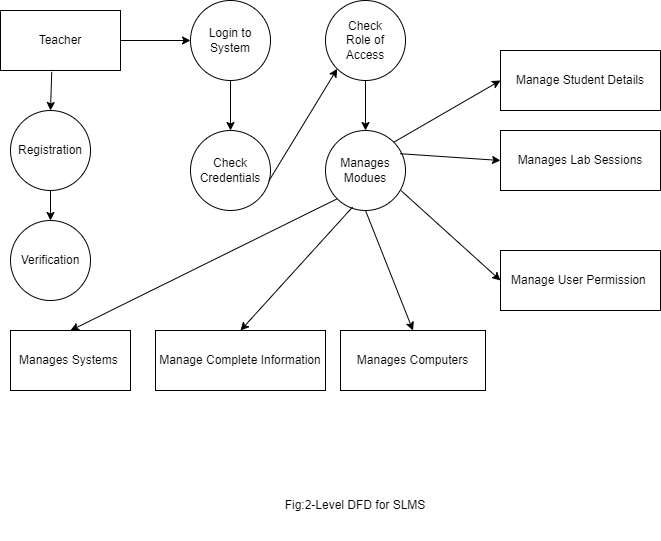
Earlier version of the draw.io export diagrams/2-level dfd.draw.png (samiiraryal/Smart-Lab-Management-System). Source tidied: cells renumbered, new cells last; positions are measured from the earlier drawing's top-left corner, leaving out a move shared by most shapes.
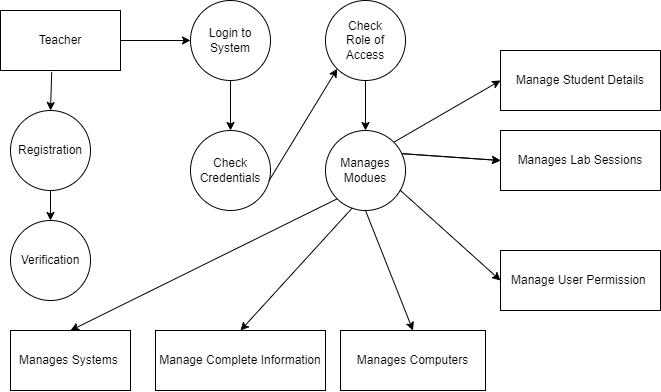
After the commit.

Change to the diagram source:
```diff
@@ -35,13 +35,13 @@
     <mxCell id="12" value="Manage Student Details" style="rounded=0;whiteSpace=wrap;html=1;" parent="1" vertex="1">
       <mxGeometry x="500" y="50" width="160" height="60" as="geometry" />
     </mxCell>
-    <mxCell id="13" style="endArrow=classic;html=1;rounded=0;exitX=0.933;exitY=0.29;exitDx=0;exitDy=0;entryX=0;entryY=0.5;entryDx=0;entryDy=0;exitPerimeter=0;" parent="1" edge="1" source="10" target="14">
+    <mxCell id="13" style="endArrow=classic;html=1;rounded=0;exitX=0.953;exitY=0.289;exitDx=0;exitDy=0;entryX=0;entryY=0.5;entryDx=0;entryDy=0;exitPerimeter=0;" parent="1" edge="1" source="10" target="14">
       <mxGeometry relative="1" as="geometry" />
     </mxCell>
     <mxCell id="14" value="Manages Lab Sessions" style="rounded=0;whiteSpace=wrap;html=1;" parent="1" vertex="1">
       <mxGeometry x="500" y="130" width="160" height="60" as="geometry" />
     </mxCell>
-    <mxCell id="15" style="endArrow=classic;html=1;rounded=0;exitX=0.943;exitY=0.75;exitDx=0;exitDy=0;exitPerimeter=0;entryX=0;entryY=0.5;entryDx=0;entryDy=0;" parent="1" edge="1" source="10" target="16">
+    <mxCell id="15" style="endArrow=classic;html=1;rounded=0;exitX=0.934;exitY=0.747;exitDx=0;exitDy=0;exitPerimeter=0;entryX=0;entryY=0.5;entryDx=0;entryDy=0;" parent="1" edge="1" source="10" target="16">
       <mxGeometry relative="1" as="geometry" />
     </mxCell>
     <mxCell id="16" value="Manage User Permission&amp;nbsp;" style="rounded=0;whiteSpace=wrap;html=1;" parent="1" vertex="1">
@@ -59,10 +59,7 @@
     <mxCell id="20" style="endArrow=classic;html=1;rounded=0;exitX=0;exitY=1;exitDx=0;exitDy=0;entryX=0.5;entryY=0;entryDx=0;entryDy=0;" parent="1" edge="1" source="10" target="19">
       <mxGeometry relative="1" as="geometry" />
     </mxCell>
-    <mxCell id="21" value="Fig:2-Level DFD for SLMS" style="text;html=1;align=center;verticalAlign=middle;whiteSpace=wrap;rounded=0;" parent="1" vertex="1">
-      <mxGeometry x="270" y="470" width="170" height="70" as="geometry" />
-    </mxCell>
-    <mxCell id="22" style="endArrow=classic;html=1;rounded=0;exitX=0.338;exitY=0.958;exitDx=0;exitDy=0;exitPerimeter=0;entryX=0.5;entryY=0;entryDx=0;entryDy=0;" parent="1" edge="1" source="10" target="23">
+    <mxCell id="22" style="endArrow=classic;html=1;rounded=0;exitX=0.336;exitY=0.967;exitDx=0;exitDy=0;exitPerimeter=0;entryX=0.5;entryY=0;entryDx=0;entryDy=0;" parent="1" edge="1" source="10" target="23">
       <mxGeometry relative="1" as="geometry" />
     </mxCell>
     <mxCell id="23" value="Manage Complete Information" style="rounded=0;whiteSpace=wrap;html=1;" parent="1" vertex="1">
@@ -80,5 +77,8 @@
     <mxCell id="27" style="endArrow=classic;html=1;rounded=0;exitX=0.5;exitY=1;exitDx=0;exitDy=0;entryX=0.5;entryY=0;entryDx=0;entryDy=0;" parent="1" edge="1" source="24" target="26">
       <mxGeometry relative="1" as="geometry" />
     </mxCell>
+    <mxCell id="28" style="endArrow=classic;html=1;rounded=0;exitX=0.957;exitY=0.29;exitDx=0;exitDy=0;entryX=0;entryY=0.5;entryDx=0;entryDy=0;exitPerimeter=0;" parent="1" edge="1" source="10" target="14">
+      <mxGeometry relative="1" as="geometry" />
+    </mxCell>
   </root>
 </mxGraphModel>
```
